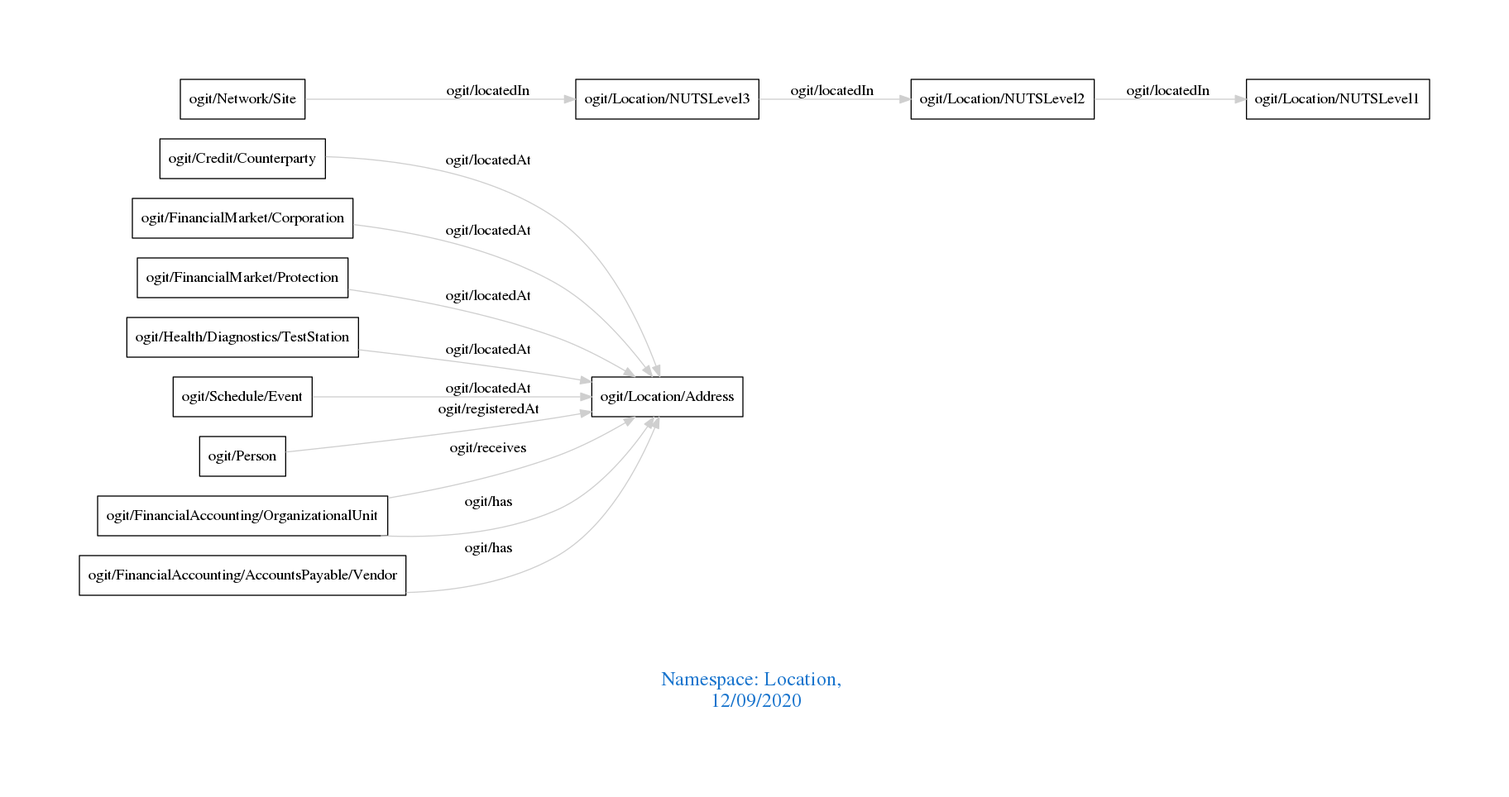
The Graphviz diagram downloads/Location.png in arago/OGIT, before a commit. Its source is kept beside it as downloads/Location.dot.
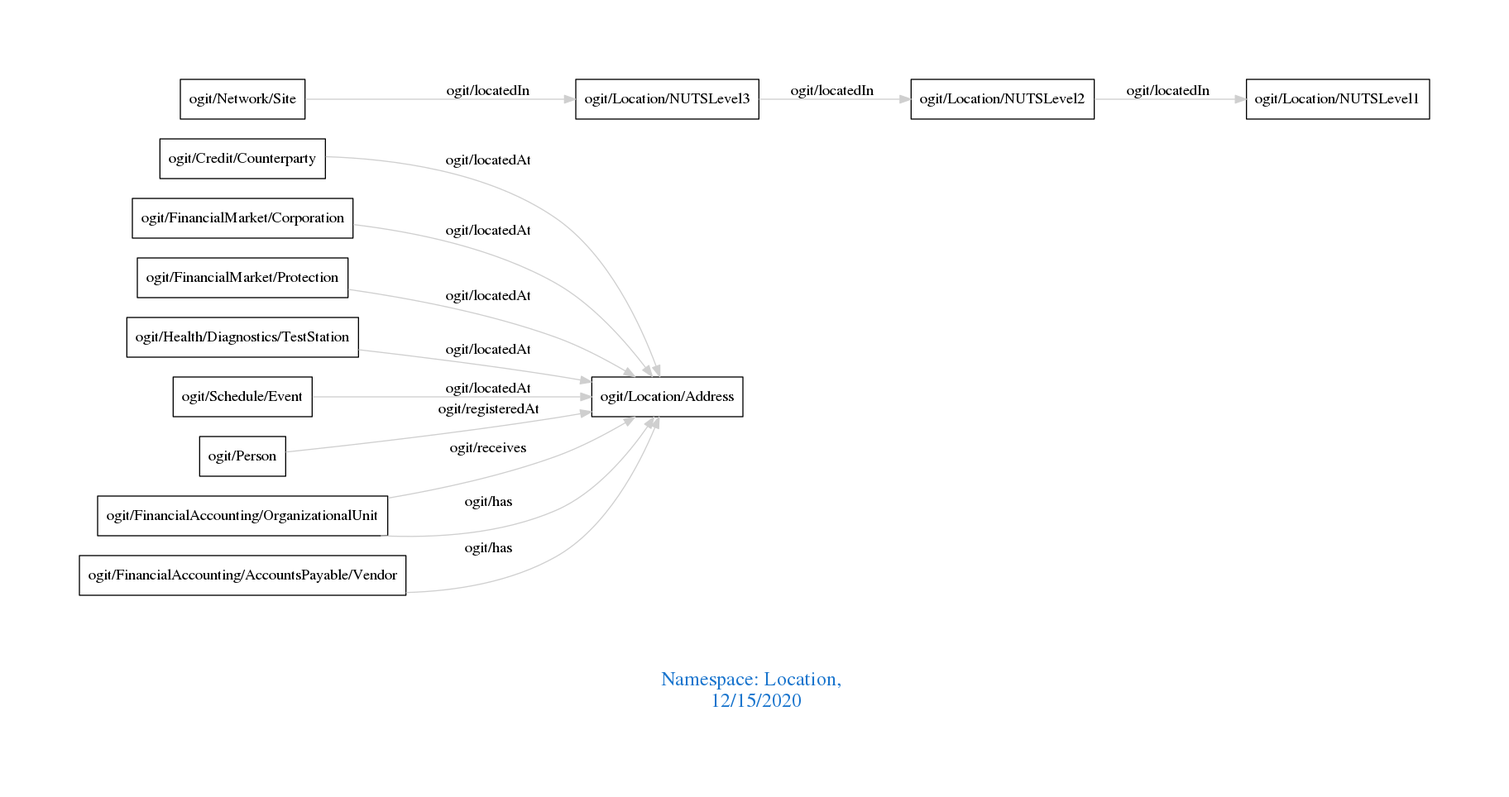
After the commit.

The edit, as a diff of the source:
```diff
@@ -1,7 +1,7 @@
 digraph OGIT_ontology {
  graph [ rankdir= LR,pad=1
 fontsize = 18,
-fontcolor= dodgerblue3,label = "\n\n\nNamespace: Location, \n 12/09/2020"];
+fontcolor= dodgerblue3,label = "\n\n\nNamespace: Location, \n 12/15/2020"];
 node[shape=polygon];
 edge [  color="gray81"];
 
```
